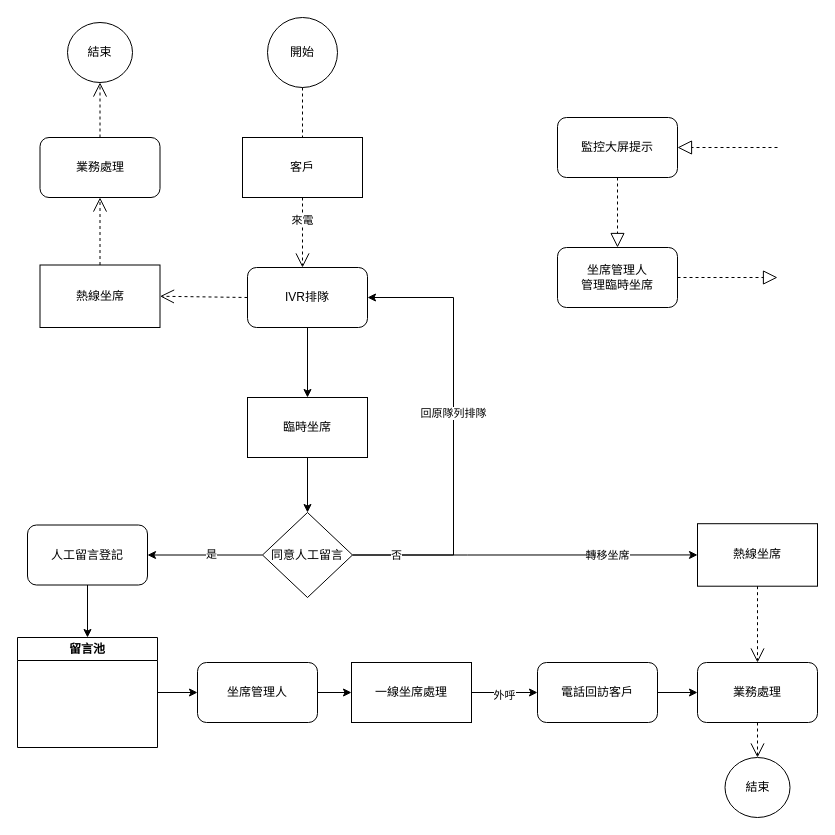
This is 最终Pick Call.drawio from 2571788183/-, a draw.io file, before an edit. Source tidied: cells renumbered, new cells numbered last; positions are measured from the earlier drawing's top-left corner, leaving out a move shared by most shapes. Both pictures are drawn from the tidied source at 100%, with x=0, y=0 at pixel (17, 17).
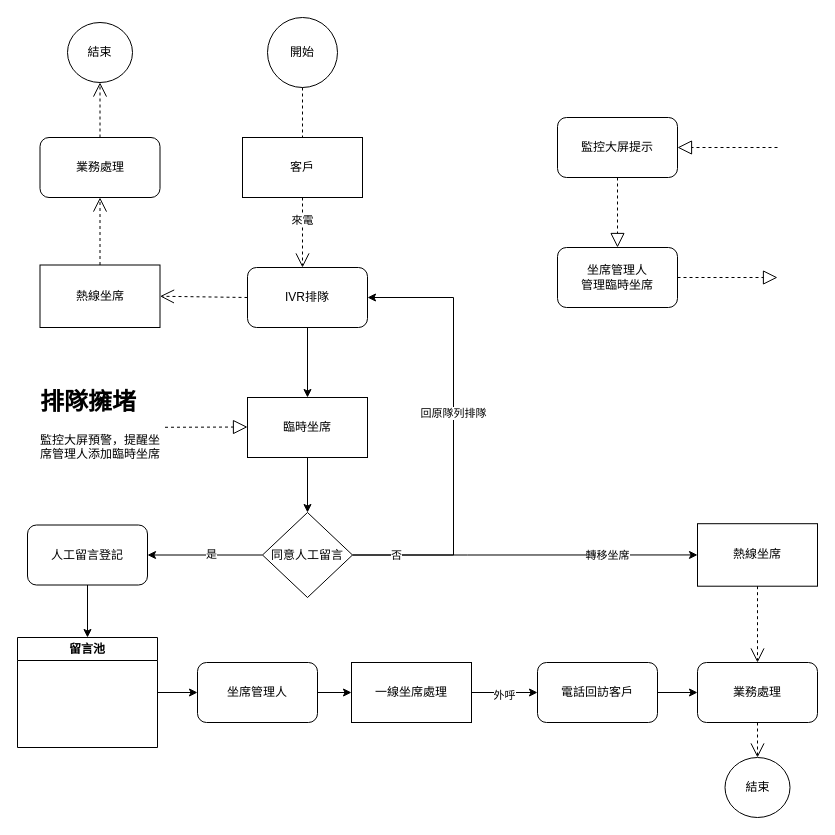
The same diagram, later.

The edit, as a diff of the source:
```diff
@@
+    <mxCell id="45" value="&lt;h1&gt;排隊擁堵&lt;/h1&gt;&lt;div&gt;監控大屏預警，提醒坐席管理人添加臨時坐席&lt;/div&gt;" style="text;html=1;strokeColor=none;fillColor=none;spacing=5;spacingTop=-20;whiteSpace=wrap;overflow=hidden;rounded=0;" parent="1" vertex="1">
+      <mxGeometry x="17.5" y="365" width="130" height="90" as="geometry" />
+    </mxCell>
+    <mxCell id="46" style="endArrow=block;dashed=1;endFill=0;endSize=12;html=1;rounded=0;" parent="1" edge="1" source="45">
+      <mxGeometry relative="1" as="geometry">
+        <mxPoint x="230" y="409.5" as="targetPoint" />
+      </mxGeometry>
+    </mxCell>
```
